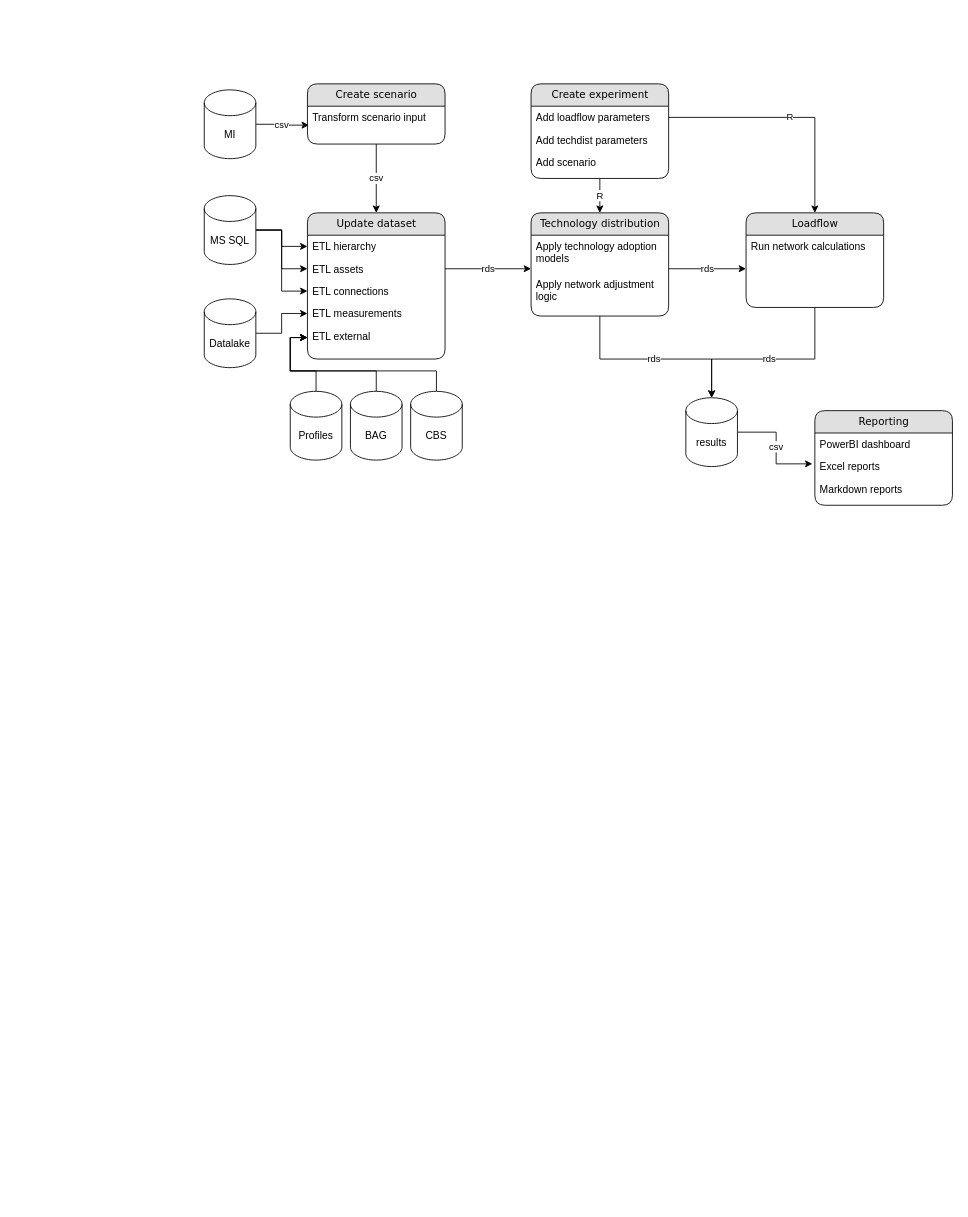
This is setiam_worklows.drawio from rubenverweij/std_setiam_uml, a draw.io file, before an edit. Source tidied: cells renumbered, new cells numbered last; positions are measured from the earlier drawing's top-left corner, leaving out a move shared by most shapes. Both pictures are drawn from the tidied source at 86%, with x=0, y=0 at pixel (204, 83).
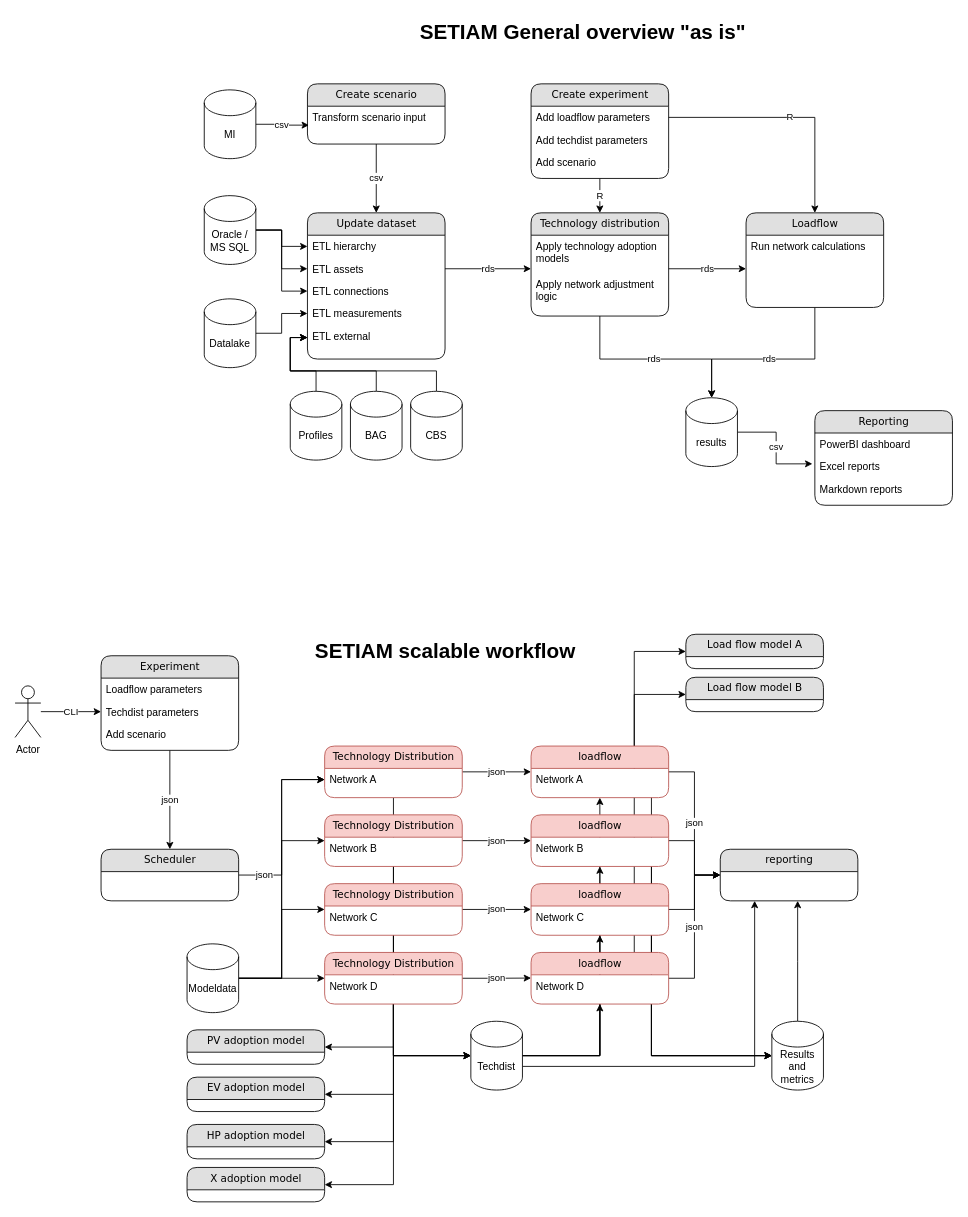
The same page after the edit.

What changed in the source:
```diff
@@
-    <mxCell id="44" value="MS SQL" style="shape=cylinder3;whiteSpace=wrap;html=1;boundedLbl=1;backgroundOutline=1;size=15;" parent="1" vertex="1">
+    <mxCell id="44" value="Oracle /&lt;br&gt;MS SQL" style="shape=cylinder3;whiteSpace=wrap;html=1;boundedLbl=1;backgroundOutline=1;size=15;" parent="1" vertex="1">
       <mxGeometry y="130" width="60" height="80" as="geometry" />
     </mxCell>
@@
+    <mxCell id="46" value="PV adoption model" style="swimlane;html=1;fontStyle=0;horizontal=1;startSize=26;fillColor=#e0e0e0;swimlaneFillColor=#ffffff;align=center;rounded=1;shadow=0;comic=0;labelBackgroundColor=none;strokeWidth=1;fontFamily=Verdana;fontSize=12;enumerate=0;" parent="1" vertex="1">
+      <mxGeometry x="-20" y="1100" width="160" height="40" as="geometry" />
+    </mxCell>
+    <mxCell id="47" value="HP adoption model" style="swimlane;html=1;fontStyle=0;horizontal=1;startSize=26;fillColor=#e0e0e0;swimlaneFillColor=#ffffff;align=center;rounded=1;shadow=0;comic=0;labelBackgroundColor=none;strokeWidth=1;fontFamily=Verdana;fontSize=12;enumerate=0;" parent="1" vertex="1">
+      <mxGeometry x="-20" y="1210" width="160" height="40" as="geometry" />
+    </mxCell>
+    <mxCell id="48" value="EV adoption model" style="swimlane;html=1;fontStyle=0;horizontal=1;startSize=26;fillColor=#e0e0e0;swimlaneFillColor=#ffffff;align=center;rounded=1;shadow=0;comic=0;labelBackgroundColor=none;strokeWidth=1;fontFamily=Verdana;fontSize=12;enumerate=0;" parent="1" vertex="1">
+      <mxGeometry x="-20" y="1155" width="160" height="40" as="geometry" />
+    </mxCell>
+    <mxCell id="49" value="json" style="edgeStyle=orthogonalEdgeStyle;rounded=0;jettySize=auto;html=1;exitX=1;exitY=0.5;exitDx=0;exitDy=0;entryX=0;entryY=0.5;entryDx=0;entryDy=0;" parent="1" edge="1" source="111" target="78">
+      <mxGeometry relative="1" as="geometry" />
+    </mxCell>
+    <mxCell id="50" style="edgeStyle=orthogonalEdgeStyle;rounded=0;jettySize=auto;html=1;exitX=0.5;exitY=1;exitDx=0;exitDy=0;entryX=0;entryY=0.5;entryDx=0;entryDy=0;entryPerimeter=0;" parent="1" edge="1" source="111" target="61">
+      <mxGeometry relative="1" as="geometry" />
+    </mxCell>
+    <mxCell id="51" style="edgeStyle=orthogonalEdgeStyle;rounded=0;jettySize=auto;html=1;exitX=1;exitY=0.5;exitDx=0;exitDy=0;exitPerimeter=0;entryX=0;entryY=0.5;entryDx=0;entryDy=0;" parent="1" edge="1" source="55" target="65">
+      <mxGeometry relative="1" as="geometry" />
+    </mxCell>
+    <mxCell id="52" style="edgeStyle=orthogonalEdgeStyle;rounded=0;jettySize=auto;html=1;exitX=1;exitY=0.5;exitDx=0;exitDy=0;exitPerimeter=0;entryX=0;entryY=0.5;entryDx=0;entryDy=0;" parent="1" edge="1" source="55" target="111">
+      <mxGeometry relative="1" as="geometry" />
+    </mxCell>
+    <mxCell id="53" style="edgeStyle=orthogonalEdgeStyle;rounded=0;jettySize=auto;html=1;exitX=1;exitY=0.5;exitDx=0;exitDy=0;exitPerimeter=0;entryX=0;entryY=0.5;entryDx=0;entryDy=0;" parent="1" edge="1" source="55" target="68">
+      <mxGeometry relative="1" as="geometry" />
+    </mxCell>
+    <mxCell id="54" style="edgeStyle=orthogonalEdgeStyle;rounded=0;jettySize=auto;html=1;exitX=1;exitY=0.5;exitDx=0;exitDy=0;exitPerimeter=0;entryX=0;entryY=0.5;entryDx=0;entryDy=0;" parent="1" edge="1" source="55" target="96">
+      <mxGeometry relative="1" as="geometry" />
+    </mxCell>
+    <mxCell id="55" value="Modeldata" style="shape=cylinder3;whiteSpace=wrap;html=1;boundedLbl=1;backgroundOutline=1;size=15;" parent="1" vertex="1">
+      <mxGeometry x="-20" y="1000" width="60" height="80" as="geometry" />
+    </mxCell>
+    <mxCell id="56" style="edgeStyle=orthogonalEdgeStyle;rounded=0;jettySize=auto;html=1;exitX=1;exitY=0.5;exitDx=0;exitDy=0;exitPerimeter=0;entryX=0.5;entryY=1;entryDx=0;entryDy=0;" parent="1" edge="1" source="61" target="86">
+      <mxGeometry relative="1" as="geometry" />
+    </mxCell>
+    <mxCell id="57" style="edgeStyle=orthogonalEdgeStyle;rounded=0;jettySize=auto;html=1;exitX=1;exitY=0.5;exitDx=0;exitDy=0;exitPerimeter=0;entryX=0.5;entryY=1;entryDx=0;entryDy=0;" parent="1" edge="1" source="61" target="82">
+      <mxGeometry relative="1" as="geometry" />
+    </mxCell>
+    <mxCell id="58" style="edgeStyle=orthogonalEdgeStyle;rounded=0;jettySize=auto;html=1;exitX=1;exitY=0.5;exitDx=0;exitDy=0;exitPerimeter=0;entryX=0.5;entryY=1;entryDx=0;entryDy=0;" parent="1" edge="1" source="61" target="78">
+      <mxGeometry relative="1" as="geometry" />
+    </mxCell>
+    <mxCell id="59" style="edgeStyle=orthogonalEdgeStyle;rounded=0;jettySize=auto;html=1;exitX=1;exitY=0.5;exitDx=0;exitDy=0;exitPerimeter=0;entryX=0.5;entryY=1;entryDx=0;entryDy=0;" parent="1" edge="1" source="61" target="74">
+      <mxGeometry relative="1" as="geometry" />
+    </mxCell>
+    <mxCell id="60" style="edgeStyle=orthogonalEdgeStyle;rounded=0;jettySize=auto;html=1;exitX=1;exitY=0;exitDx=0;exitDy=52.5;exitPerimeter=0;entryX=0.25;entryY=1;entryDx=0;entryDy=0;" parent="1" edge="1" source="61" target="98">
+      <mxGeometry relative="1" as="geometry" />
+    </mxCell>
+    <mxCell id="61" value="Techdist" style="shape=cylinder3;whiteSpace=wrap;html=1;boundedLbl=1;backgroundOutline=1;size=15;" parent="1" vertex="1">
+      <mxGeometry x="310" y="1090" width="60" height="80" as="geometry" />
+    </mxCell>
+    <mxCell id="62" value="json" style="edgeStyle=orthogonalEdgeStyle;rounded=0;jettySize=auto;html=1;exitX=1;exitY=0.5;exitDx=0;exitDy=0;entryX=0;entryY=0.5;entryDx=0;entryDy=0;" parent="1" edge="1" source="64" target="74">
+      <mxGeometry relative="1" as="geometry" />
+    </mxCell>
+    <mxCell id="63" style="edgeStyle=orthogonalEdgeStyle;rounded=0;jettySize=auto;html=1;exitX=0.5;exitY=1;exitDx=0;exitDy=0;entryX=0;entryY=0.5;entryDx=0;entryDy=0;entryPerimeter=0;" parent="1" edge="1" source="64" target="61">
+      <mxGeometry relative="1" as="geometry" />
+    </mxCell>
+    <mxCell id="64" value="Technology Distribution" style="swimlane;html=1;fontStyle=0;horizontal=1;startSize=26;fillColor=#f8cecc;swimlaneFillColor=#ffffff;align=center;rounded=1;shadow=0;comic=0;labelBackgroundColor=none;strokeWidth=1;fontFamily=Verdana;fontSize=12;enumerate=0;strokeColor=#b85450;" parent="1" vertex="1">
+      <mxGeometry x="140" y="770" width="160" height="60" as="geometry" />
+    </mxCell>
+    <mxCell id="65" value="Network A" style="text;html=1;strokeColor=none;fillColor=none;spacingLeft=4;spacingRight=4;whiteSpace=wrap;overflow=hidden;points=[[0,0.5],[1,0.5]];portConstraint=eastwest;" parent="64" vertex="1">
+      <mxGeometry y="26" width="160" height="26" as="geometry" />
+    </mxCell>
+    <mxCell id="66" value="json" style="edgeStyle=orthogonalEdgeStyle;rounded=0;jettySize=auto;html=1;exitX=1;exitY=0.5;exitDx=0;exitDy=0;entryX=0;entryY=0.5;entryDx=0;entryDy=0;" parent="1" edge="1" source="68" target="82">
+      <mxGeometry relative="1" as="geometry" />
+    </mxCell>
+    <mxCell id="67" style="edgeStyle=orthogonalEdgeStyle;rounded=0;jettySize=auto;html=1;exitX=0.5;exitY=1;exitDx=0;exitDy=0;entryX=0;entryY=0.5;entryDx=0;entryDy=0;entryPerimeter=0;" parent="1" edge="1" source="68" target="61">
+      <mxGeometry relative="1" as="geometry" />
+    </mxCell>
+    <mxCell id="68" value="Technology Distribution" style="swimlane;html=1;fontStyle=0;horizontal=1;startSize=26;fillColor=#f8cecc;swimlaneFillColor=#ffffff;align=center;rounded=1;shadow=0;comic=0;labelBackgroundColor=none;strokeWidth=1;fontFamily=Verdana;fontSize=12;enumerate=0;strokeColor=#b85450;" parent="1" vertex="1">
+      <mxGeometry x="140" y="930" width="160" height="60" as="geometry" />
+    </mxCell>
+    <mxCell id="69" value="Network C" style="text;html=1;strokeColor=none;fillColor=none;spacingLeft=4;spacingRight=4;whiteSpace=wrap;overflow=hidden;" parent="68" vertex="1">
+      <mxGeometry y="26" width="160" height="26" as="geometry" />
+    </mxCell>
+    <mxCell id="70" style="edgeStyle=orthogonalEdgeStyle;rounded=0;jettySize=auto;html=1;exitX=1;exitY=0.5;exitDx=0;exitDy=0;entryX=0;entryY=0.5;entryDx=0;entryDy=0;entryPerimeter=0;" parent="1" edge="1" source="74" target="89">
+      <mxGeometry relative="1" as="geometry">
+        <Array as="points">
+          <mxPoint x="520" y="800" />
+          <mxPoint x="520" y="1130" />
+        </Array>
+      </mxGeometry>
+    </mxCell>
+    <mxCell id="71" value="json" style="edgeStyle=orthogonalEdgeStyle;rounded=0;jettySize=auto;html=1;exitX=1;exitY=0.5;exitDx=0;exitDy=0;entryX=0;entryY=0.5;entryDx=0;entryDy=0;" parent="1" edge="1" source="74" target="98">
+      <mxGeometry relative="1" as="geometry" />
+    </mxCell>
+    <mxCell id="72" style="edgeStyle=orthogonalEdgeStyle;rounded=0;jettySize=auto;html=1;exitX=0.75;exitY=0;exitDx=0;exitDy=0;entryX=0;entryY=0.5;entryDx=0;entryDy=0;" parent="1" edge="1" source="74" target="104">
+      <mxGeometry relative="1" as="geometry" />
+    </mxCell>
+    <mxCell id="73" style="edgeStyle=orthogonalEdgeStyle;rounded=0;jettySize=auto;html=1;exitX=0.75;exitY=0;exitDx=0;exitDy=0;entryX=0;entryY=0.5;entryDx=0;entryDy=0;" parent="1" edge="1" source="86" target="105">
+      <mxGeometry relative="1" as="geometry" />
+    </mxCell>
+    <mxCell id="74" value="loadflow" style="swimlane;html=1;fontStyle=0;horizontal=1;startSize=26;fillColor=#f8cecc;swimlaneFillColor=#ffffff;align=center;rounded=1;shadow=0;comic=0;labelBackgroundColor=none;strokeWidth=1;fontFamily=Verdana;fontSize=12;enumerate=0;strokeColor=#b85450;" parent="1" vertex="1">
+      <mxGeometry x="380" y="770" width="160" height="60" as="geometry" />
+    </mxCell>
+    <mxCell id="75" value="Network A" style="text;html=1;strokeColor=none;fillColor=none;spacingLeft=4;spacingRight=4;whiteSpace=wrap;overflow=hidden;" parent="74" vertex="1">
+      <mxGeometry y="26" width="160" height="26" as="geometry" />
+    </mxCell>
+    <mxCell id="76" style="edgeStyle=orthogonalEdgeStyle;rounded=0;jettySize=auto;html=1;exitX=1;exitY=0.5;exitDx=0;exitDy=0;entryX=0;entryY=0.5;entryDx=0;entryDy=0;entryPerimeter=0;" parent="1" edge="1" source="78" target="89">
+      <mxGeometry relative="1" as="geometry">
+        <Array as="points">
+          <mxPoint x="520" y="880" />
+          <mxPoint x="520" y="1130" />
+        </Array>
+      </mxGeometry>
+    </mxCell>
+    <mxCell id="77" style="edgeStyle=orthogonalEdgeStyle;rounded=0;jettySize=auto;html=1;exitX=1;exitY=0.5;exitDx=0;exitDy=0;entryX=0;entryY=0.5;entryDx=0;entryDy=0;" parent="1" edge="1" source="78" target="98">
+      <mxGeometry relative="1" as="geometry" />
+    </mxCell>
+    <mxCell id="78" value="loadflow" style="swimlane;html=1;fontStyle=0;horizontal=1;startSize=26;fillColor=#f8cecc;swimlaneFillColor=#ffffff;align=center;rounded=1;shadow=0;comic=0;labelBackgroundColor=none;strokeWidth=1;fontFamily=Verdana;fontSize=12;enumerate=0;strokeColor=#b85450;" parent="1" vertex="1">
+      <mxGeometry x="380" y="850" width="160" height="60" as="geometry" />
+    </mxCell>
+    <mxCell id="79" value="Network B" style="text;html=1;strokeColor=none;fillColor=none;spacingLeft=4;spacingRight=4;whiteSpace=wrap;overflow=hidden;" parent="78" vertex="1">
+      <mxGeometry y="26" width="160" height="26" as="geometry" />
+    </mxCell>
+    <mxCell id="80" style="edgeStyle=orthogonalEdgeStyle;rounded=0;jettySize=auto;html=1;exitX=1;exitY=0.5;exitDx=0;exitDy=0;entryX=0;entryY=0.5;entryDx=0;entryDy=0;entryPerimeter=0;" parent="1" edge="1" source="82" target="89">
+      <mxGeometry relative="1" as="geometry">
+        <Array as="points">
+          <mxPoint x="520" y="960" />
+          <mxPoint x="520" y="1130" />
+        </Array>
+      </mxGeometry>
+    </mxCell>
+    <mxCell id="81" style="edgeStyle=orthogonalEdgeStyle;rounded=0;jettySize=auto;html=1;exitX=1;exitY=0.5;exitDx=0;exitDy=0;entryX=0;entryY=0.5;entryDx=0;entryDy=0;" parent="1" edge="1" source="82" target="98">
+      <mxGeometry relative="1" as="geometry" />
+    </mxCell>
+    <mxCell id="82" value="loadflow" style="swimlane;html=1;fontStyle=0;horizontal=1;startSize=26;fillColor=#f8cecc;swimlaneFillColor=#ffffff;align=center;rounded=1;shadow=0;comic=0;labelBackgroundColor=none;strokeWidth=1;fontFamily=Verdana;fontSize=12;enumerate=0;strokeColor=#b85450;" parent="1" vertex="1">
+      <mxGeometry x="380" y="930" width="160" height="60" as="geometry" />
+    </mxCell>
+    <mxCell id="83" value="Network C" style="text;html=1;strokeColor=none;fillColor=none;spacingLeft=4;spacingRight=4;whiteSpace=wrap;overflow=hidden;" parent="82" vertex="1">
+      <mxGeometry y="26" width="160" height="26" as="geometry" />
+    </mxCell>
+    <mxCell id="84" style="edgeStyle=orthogonalEdgeStyle;rounded=0;jettySize=auto;html=1;exitX=1;exitY=0.5;exitDx=0;exitDy=0;entryX=0;entryY=0.5;entryDx=0;entryDy=0;entryPerimeter=0;" parent="1" edge="1" source="86" target="89">
+      <mxGeometry relative="1" as="geometry">
+        <Array as="points">
+          <mxPoint x="520" y="1040" />
+          <mxPoint x="520" y="1130" />
+        </Array>
+      </mxGeometry>
+    </mxCell>
+    <mxCell id="85" value="json" style="edgeStyle=orthogonalEdgeStyle;rounded=0;jettySize=auto;html=1;exitX=1;exitY=0.5;exitDx=0;exitDy=0;entryX=0;entryY=0.5;entryDx=0;entryDy=0;" parent="1" edge="1" source="86" target="98">
+      <mxGeometry relative="1" as="geometry" />
+    </mxCell>
+    <mxCell id="86" value="loadflow" style="swimlane;html=1;fontStyle=0;horizontal=1;startSize=26;fillColor=#f8cecc;swimlaneFillColor=#ffffff;align=center;rounded=1;shadow=0;comic=0;labelBackgroundColor=none;strokeWidth=1;fontFamily=Verdana;fontSize=12;enumerate=0;strokeColor=#b85450;" parent="1" vertex="1">
+      <mxGeometry x="380" y="1010" width="160" height="60" as="geometry" />
+    </mxCell>
+    <mxCell id="87" value="Network D" style="text;html=1;strokeColor=none;fillColor=none;spacingLeft=4;spacingRight=4;whiteSpace=wrap;overflow=hidden;" parent="86" vertex="1">
+      <mxGeometry y="26" width="160" height="26" as="geometry" />
+    </mxCell>
+    <mxCell id="88" style="edgeStyle=orthogonalEdgeStyle;rounded=0;jettySize=auto;html=1;exitX=0.5;exitY=0;exitDx=0;exitDy=0;exitPerimeter=0;" parent="1" edge="1" source="89">
+      <mxGeometry relative="1" as="geometry">
+        <mxPoint x="690" y="950" as="targetPoint" />
+      </mxGeometry>
+    </mxCell>
+    <mxCell id="89" value="Results and metrics" style="shape=cylinder3;whiteSpace=wrap;html=1;boundedLbl=1;backgroundOutline=1;size=15;" parent="1" vertex="1">
+      <mxGeometry x="660" y="1090" width="60" height="80" as="geometry" />
+    </mxCell>
+    <mxCell id="90" value="json" style="edgeStyle=orthogonalEdgeStyle;rounded=0;jettySize=auto;html=1;exitX=1;exitY=0.5;exitDx=0;exitDy=0;" parent="1" edge="1" source="96">
+      <mxGeometry relative="1" as="geometry">
+        <mxPoint x="380" y="1039.8" as="targetPoint" />
+      </mxGeometry>
+    </mxCell>
+    <mxCell id="91" style="edgeStyle=orthogonalEdgeStyle;rounded=0;jettySize=auto;html=1;exitX=0.5;exitY=1;exitDx=0;exitDy=0;entryX=0;entryY=0.5;entryDx=0;entryDy=0;entryPerimeter=0;" parent="1" edge="1" source="96" target="61">
+      <mxGeometry relative="1" as="geometry" />
+    </mxCell>
+    <mxCell id="92" style="edgeStyle=orthogonalEdgeStyle;rounded=0;jettySize=auto;html=1;exitX=0.5;exitY=1;exitDx=0;exitDy=0;entryX=1;entryY=0.5;entryDx=0;entryDy=0;" parent="1" edge="1" source="96" target="46">
+      <mxGeometry relative="1" as="geometry">
+        <Array as="points">
+          <mxPoint x="220" y="1120" />
+        </Array>
+      </mxGeometry>
+    </mxCell>
+    <mxCell id="93" style="edgeStyle=orthogonalEdgeStyle;rounded=0;jettySize=auto;html=1;exitX=0.5;exitY=1;exitDx=0;exitDy=0;entryX=1;entryY=0.5;entryDx=0;entryDy=0;" parent="1" edge="1" source="96" target="48">
+      <mxGeometry relative="1" as="geometry" />
+    </mxCell>
+    <mxCell id="94" style="edgeStyle=orthogonalEdgeStyle;rounded=0;jettySize=auto;html=1;exitX=0.5;exitY=1;exitDx=0;exitDy=0;entryX=1;entryY=0.5;entryDx=0;entryDy=0;" parent="1" edge="1" source="96" target="47">
+      <mxGeometry relative="1" as="geometry" />
+    </mxCell>
+    <mxCell id="95" style="edgeStyle=orthogonalEdgeStyle;rounded=0;jettySize=auto;html=1;exitX=0.5;exitY=1;exitDx=0;exitDy=0;entryX=1;entryY=0.5;entryDx=0;entryDy=0;" parent="1" edge="1" source="96" target="106">
+      <mxGeometry relative="1" as="geometry" />
+    </mxCell>
+    <mxCell id="96" value="Technology Distribution" style="swimlane;html=1;fontStyle=0;horizontal=1;startSize=26;fillColor=#f8cecc;swimlaneFillColor=#ffffff;align=center;rounded=1;shadow=0;comic=0;labelBackgroundColor=none;strokeWidth=1;fontFamily=Verdana;fontSize=12;enumerate=0;strokeColor=#b85450;" parent="1" vertex="1">
+      <mxGeometry x="140" y="1010" width="160" height="60" as="geometry" />
+    </mxCell>
+    <mxCell id="97" value="Network D" style="text;html=1;strokeColor=none;fillColor=none;spacingLeft=4;spacingRight=4;whiteSpace=wrap;overflow=hidden;" parent="96" vertex="1">
+      <mxGeometry y="26" width="160" height="26" as="geometry" />
+    </mxCell>
+    <mxCell id="98" value="reporting" style="swimlane;html=1;fontStyle=0;horizontal=1;startSize=26;fillColor=#e0e0e0;swimlaneFillColor=#ffffff;align=center;rounded=1;shadow=0;comic=0;labelBackgroundColor=none;strokeWidth=1;fontFamily=Verdana;fontSize=12;enumerate=0;" parent="1" vertex="1">
+      <mxGeometry x="600" y="890" width="160" height="60" as="geometry" />
+    </mxCell>
+    <mxCell id="99" value="json" style="edgeStyle=orthogonalEdgeStyle;rounded=0;jettySize=auto;html=1;exitX=0.5;exitY=1;exitDx=0;exitDy=0;entryX=0.5;entryY=0;entryDx=0;entryDy=0;" parent="1" edge="1" source="100" target="114">
+      <mxGeometry relative="1" as="geometry" />
+    </mxCell>
+    <mxCell id="100" value="Experiment" style="swimlane;html=1;fontStyle=0;horizontal=1;startSize=26;fillColor=#e0e0e0;swimlaneFillColor=#ffffff;align=center;rounded=1;shadow=0;comic=0;labelBackgroundColor=none;strokeWidth=1;fontFamily=Verdana;fontSize=12;" parent="1" vertex="1">
+      <mxGeometry x="-120" y="665" width="160" height="110" as="geometry" />
+    </mxCell>
+    <mxCell id="101" value="Loadflow parameters" style="text;html=1;strokeColor=none;fillColor=none;spacingLeft=4;spacingRight=4;whiteSpace=wrap;overflow=hidden;" parent="100" vertex="1">
+      <mxGeometry y="26" width="160" height="26" as="geometry" />
+    </mxCell>
+    <mxCell id="102" value="Techdist parameters" style="text;html=1;strokeColor=none;fillColor=none;spacingLeft=4;spacingRight=4;whiteSpace=wrap;overflow=hidden;points=[[0,0.5],[1,0.5]];portConstraint=eastwest;" parent="100" vertex="1">
+      <mxGeometry y="52" width="160" height="26" as="geometry" />
+    </mxCell>
+    <mxCell id="103" value="Add scenario" style="text;html=1;strokeColor=none;fillColor=none;spacingLeft=4;spacingRight=4;whiteSpace=wrap;overflow=hidden;" parent="100" vertex="1">
+      <mxGeometry y="78" width="160" height="26" as="geometry" />
+    </mxCell>
+    <mxCell id="104" value="Load flow model B" style="swimlane;html=1;fontStyle=0;horizontal=1;startSize=26;fillColor=#e0e0e0;swimlaneFillColor=#ffffff;align=center;rounded=1;shadow=0;comic=0;labelBackgroundColor=none;strokeWidth=1;fontFamily=Verdana;fontSize=12;enumerate=0;" parent="1" vertex="1">
+      <mxGeometry x="560" y="690" width="160" height="40" as="geometry" />
+    </mxCell>
+    <mxCell id="105" value="Load flow model A" style="swimlane;html=1;fontStyle=0;horizontal=1;startSize=26;fillColor=#e0e0e0;swimlaneFillColor=#ffffff;align=center;rounded=1;shadow=0;comic=0;labelBackgroundColor=none;strokeWidth=1;fontFamily=Verdana;fontSize=12;enumerate=0;" parent="1" vertex="1">
+      <mxGeometry x="560" y="640" width="160" height="40" as="geometry" />
+    </mxCell>
+    <mxCell id="106" value="X adoption model" style="swimlane;html=1;fontStyle=0;horizontal=1;startSize=26;fillColor=#e0e0e0;swimlaneFillColor=#ffffff;align=center;rounded=1;shadow=0;comic=0;labelBackgroundColor=none;strokeWidth=1;fontFamily=Verdana;fontSize=12;enumerate=0;" parent="1" vertex="1">
+      <mxGeometry x="-20" y="1260" width="160" height="40" as="geometry" />
+    </mxCell>
+    <mxCell id="107" value="CLI" style="edgeStyle=orthogonalEdgeStyle;rounded=0;jettySize=auto;html=1;entryX=0;entryY=0.5;entryDx=0;entryDy=0;" parent="1" edge="1" source="108" target="102">
+      <mxGeometry relative="1" as="geometry" />
+    </mxCell>
+    <mxCell id="108" value="Actor" style="shape=umlActor;verticalLabelPosition=bottom;verticalAlign=top;html=1;outlineConnect=0;" parent="1" vertex="1">
+      <mxGeometry x="-220" y="700" width="30" height="60" as="geometry" />
+    </mxCell>
+    <mxCell id="109" value="SETIAM General overview &quot;as is&quot;" style="text;strokeColor=none;fillColor=none;html=1;fontSize=24;fontStyle=1;verticalAlign=middle;align=center;" parent="1" vertex="1">
+      <mxGeometry x="390" y="-80" width="100" height="40" as="geometry" />
+    </mxCell>
+    <mxCell id="110" value="SETIAM scalable workflow" style="text;strokeColor=none;fillColor=none;html=1;fontSize=24;fontStyle=1;verticalAlign=middle;align=center;" parent="1" vertex="1">
+      <mxGeometry x="230" y="640" width="100" height="40" as="geometry" />
+    </mxCell>
+    <mxCell id="111" value="Technology Distribution" style="swimlane;html=1;fontStyle=0;horizontal=1;startSize=26;fillColor=#f8cecc;swimlaneFillColor=#ffffff;align=center;rounded=1;shadow=0;comic=0;labelBackgroundColor=none;strokeWidth=1;fontFamily=Verdana;fontSize=12;enumerate=0;strokeColor=#b85450;" parent="1" vertex="1">
+      <mxGeometry x="140" y="850" width="160" height="60" as="geometry" />
+    </mxCell>
+    <mxCell id="112" value="Network B" style="text;html=1;strokeColor=none;fillColor=none;spacingLeft=4;spacingRight=4;whiteSpace=wrap;overflow=hidden;" parent="111" vertex="1">
+      <mxGeometry y="26" width="160" height="26" as="geometry" />
+    </mxCell>
+    <mxCell id="113" value="json" style="edgeStyle=orthogonalEdgeStyle;rounded=0;jettySize=auto;html=1;exitX=1;exitY=0.5;exitDx=0;exitDy=0;entryX=0;entryY=0.5;entryDx=0;entryDy=0;" parent="1" edge="1" source="114" target="65">
+      <mxGeometry x="-0.72" relative="1" as="geometry" />
+    </mxCell>
+    <mxCell id="114" value="Scheduler" style="swimlane;html=1;fontStyle=0;horizontal=1;startSize=26;fillColor=#e0e0e0;swimlaneFillColor=#ffffff;align=center;rounded=1;shadow=0;comic=0;labelBackgroundColor=none;strokeWidth=1;fontFamily=Verdana;fontSize=12;enumerate=0;" parent="1" vertex="1">
+      <mxGeometry x="-120" y="890" width="160" height="60" as="geometry" />
+    </mxCell>
```
